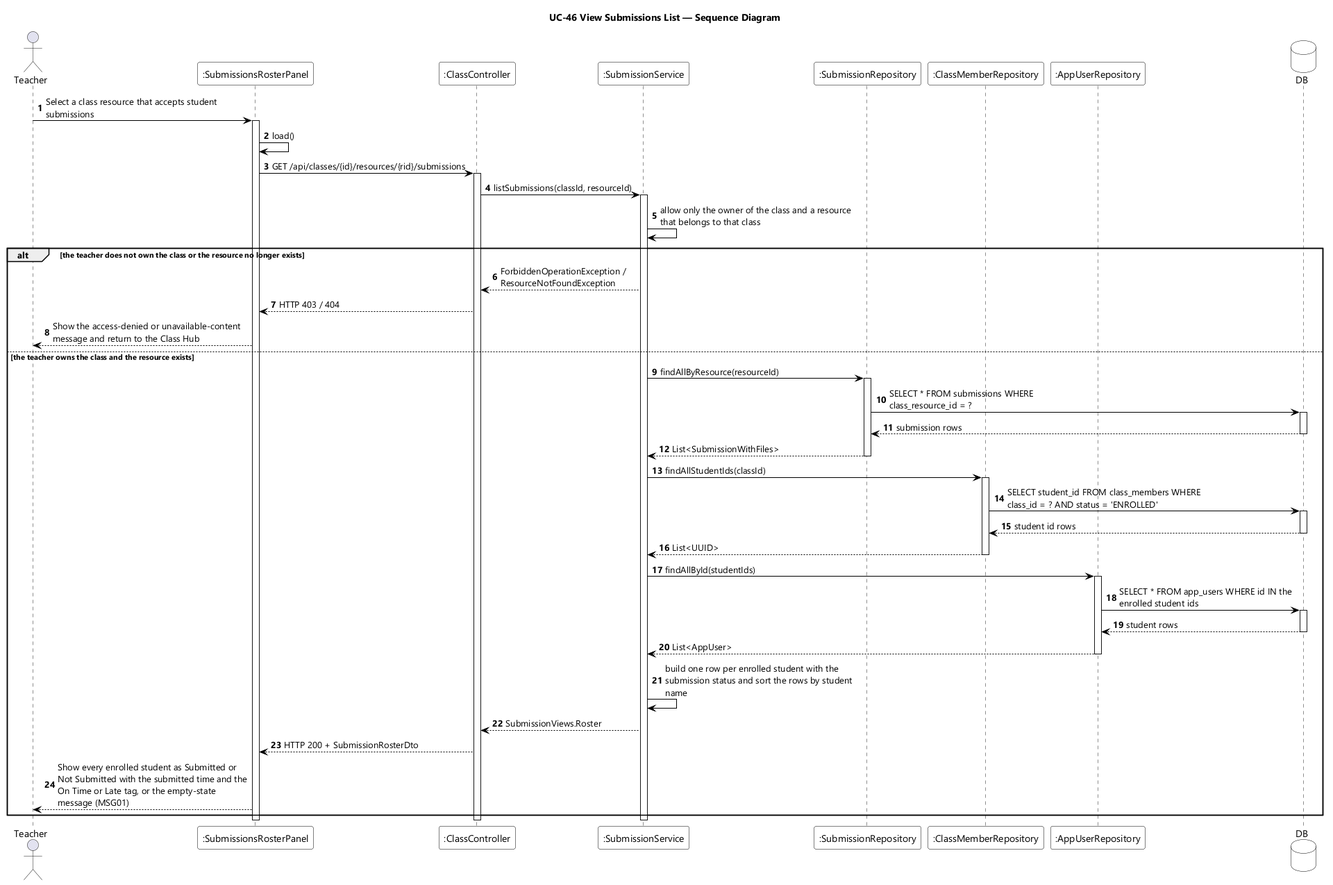
This is designs/sds-diagrams/uc46/uc46-sequence-diagram.png from EduA-system/EduA-system, a PlantUML export, as it was before one commit. Source of this version:
```plantuml
@startuml UC-46 View Submissions List - Sequence Diagram
skinparamlocked dpi 96
skinparam defaultFontName "Segoe UI"
skinparam shadowing false
skinparam ParticipantBackgroundColor #FFFFFF
skinparam ParticipantBorderColor #000000
skinparam DatabaseBackgroundColor #FFFFFF
skinparam DatabaseBorderColor #000000
skinparam ArrowColor #000000
skinparam sequenceMessageAlign left
skinparam maxMessageSize 280
title UC-46 View Submissions List — Sequence Diagram

actor Teacher
participant ":SubmissionsRosterPanel" as UI
participant ":ClassController" as CTL
participant ":SubmissionService" as SVC
participant ":SubmissionRepository" as SREPO
participant ":ClassMemberRepository" as MEM
participant ":AppUserRepository" as USERS
database DB

autonumber
Teacher -> UI : Select a class resource that accepts student submissions
activate UI
UI -> UI : load()
UI -> CTL : GET /api/classes/{id}/resources/{rid}/submissions
activate CTL
CTL -> SVC : listSubmissions(classId, resourceId)
activate SVC
SVC -> SVC : allow only the owner of the class and a resource that belongs to that class

alt the teacher does not own the class or the resource no longer exists
  SVC --> CTL : ForbiddenOperationException / ResourceNotFoundException
  CTL --> UI : HTTP 403 / 404
  UI --> Teacher : Show the access-denied or unavailable-content message and return to the Class Hub
else the teacher owns the class and the resource exists
  SVC -> SREPO : findAllByResource(resourceId)
  activate SREPO
  SREPO -> DB : SELECT * FROM submissions WHERE class_resource_id = ?
  activate DB
  DB --> SREPO : submission rows
  deactivate DB
  SREPO --> SVC : List<SubmissionWithFiles>
  deactivate SREPO

  SVC -> MEM : findAllStudentIds(classId)
  activate MEM
  MEM -> DB : SELECT student_id FROM class_members WHERE class_id = ? AND status = 'ENROLLED'
  activate DB
  DB --> MEM : student id rows
  deactivate DB
  MEM --> SVC : List<UUID>
  deactivate MEM

  SVC -> USERS : findAllById(studentIds)
  activate USERS
  USERS -> DB : SELECT * FROM app_users WHERE id IN the enrolled student ids
  activate DB
  DB --> USERS : student rows
  deactivate DB
  USERS --> SVC : List<AppUser>
  deactivate USERS

  SVC -> SVC : build one row per enrolled student with the submission status and sort the rows by student name
  SVC --> CTL : SubmissionViews.Roster
  CTL --> UI : HTTP 200 + SubmissionRosterDto
  UI --> Teacher : Show every enrolled student as Submitted or Not Submitted with the submitted time and the On Time or Late tag, or the empty-state message (MSG01)
end
deactivate SVC
deactivate CTL
deactivate UI
@enduml
```
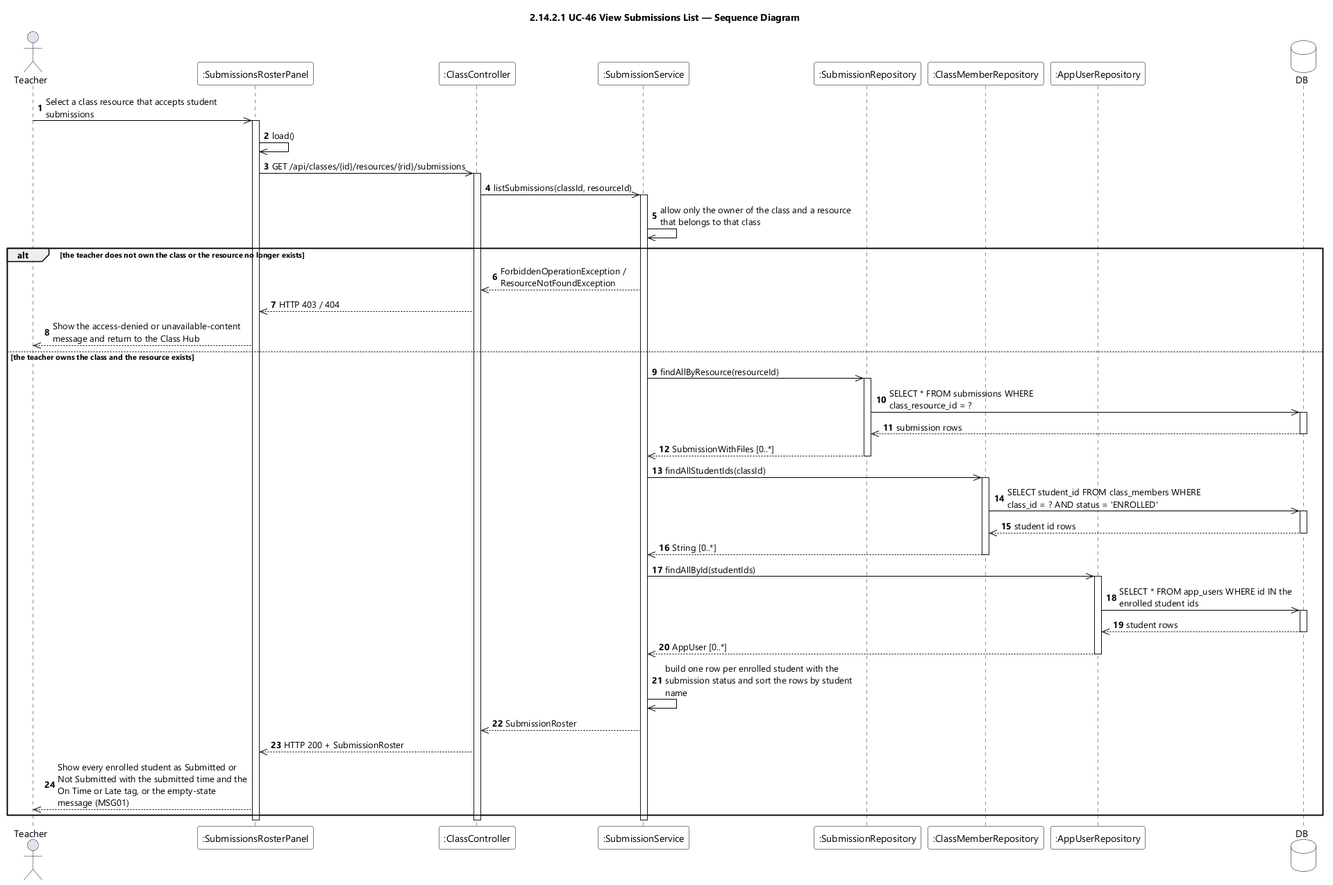
Later version of the same file.

The edit, as a diff of the source:
```diff
@@ -9,7 +9,7 @@
 skinparam ArrowColor #000000
 skinparam sequenceMessageAlign left
 skinparam maxMessageSize 280
-title UC-46 View Submissions List — Sequence Diagram
+title 2.14.2.1 UC-46 View Submissions List — Sequence Diagram
 
 actor Teacher
 participant ":SubmissionsRosterPanel" as UI
@@ -21,51 +21,51 @@
 database DB
 
 autonumber
-Teacher -> UI : Select a class resource that accepts student submissions
+Teacher ->> UI : Select a class resource that accepts student submissions
 activate UI
-UI -> UI : load()
-UI -> CTL : GET /api/classes/{id}/resources/{rid}/submissions
+UI ->> UI : load()
+UI ->> CTL : GET /api/classes/{id}/resources/{rid}/submissions
 activate CTL
-CTL -> SVC : listSubmissions(classId, resourceId)
+CTL ->> SVC : listSubmissions(classId, resourceId)
 activate SVC
-SVC -> SVC : allow only the owner of the class and a resource that belongs to that class
+SVC ->> SVC : allow only the owner of the class and a resource that belongs to that class
 
 alt the teacher does not own the class or the resource no longer exists
-  SVC --> CTL : ForbiddenOperationException / ResourceNotFoundException
-  CTL --> UI : HTTP 403 / 404
-  UI --> Teacher : Show the access-denied or unavailable-content message and return to the Class Hub
+  SVC -->> CTL : ForbiddenOperationException / ResourceNotFoundException
+  CTL -->> UI : HTTP 403 / 404
+  UI -->> Teacher : Show the access-denied or unavailable-content message and return to the Class Hub
 else the teacher owns the class and the resource exists
-  SVC -> SREPO : findAllByResource(resourceId)
+  SVC ->> SREPO : findAllByResource(resourceId)
   activate SREPO
-  SREPO -> DB : SELECT * FROM submissions WHERE class_resource_id = ?
+  SREPO ->> DB : SELECT * FROM submissions WHERE class_resource_id = ?
   activate DB
-  DB --> SREPO : submission rows
+  DB -->> SREPO : submission rows
   deactivate DB
-  SREPO --> SVC : List<SubmissionWithFiles>
+  SREPO -->> SVC : SubmissionWithFiles [0..*]
   deactivate SREPO
 
-  SVC -> MEM : findAllStudentIds(classId)
+  SVC ->> MEM : findAllStudentIds(classId)
   activate MEM
-  MEM -> DB : SELECT student_id FROM class_members WHERE class_id = ? AND status = 'ENROLLED'
+  MEM ->> DB : SELECT student_id FROM class_members WHERE class_id = ? AND status = 'ENROLLED'
   activate DB
-  DB --> MEM : student id rows
+  DB -->> MEM : student id rows
   deactivate DB
-  MEM --> SVC : List<UUID>
+  MEM -->> SVC : String [0..*]
   deactivate MEM
 
-  SVC -> USERS : findAllById(studentIds)
+  SVC ->> USERS : findAllById(studentIds)
   activate USERS
-  USERS -> DB : SELECT * FROM app_users WHERE id IN the enrolled student ids
+  USERS ->> DB : SELECT * FROM app_users WHERE id IN the enrolled student ids
   activate DB
-  DB --> USERS : student rows
+  DB -->> USERS : student rows
   deactivate DB
-  USERS --> SVC : List<AppUser>
+  USERS -->> SVC : AppUser [0..*]
   deactivate USERS
 
-  SVC -> SVC : build one row per enrolled student with the submission status and sort the rows by student name
-  SVC --> CTL : SubmissionViews.Roster
-  CTL --> UI : HTTP 200 + SubmissionRosterDto
-  UI --> Teacher : Show every enrolled student as Submitted or Not Submitted with the submitted time and the On Time or Late tag, or the empty-state message (MSG01)
+  SVC ->> SVC : build one row per enrolled student with the submission status and sort the rows by student name
+  SVC -->> CTL : SubmissionRoster
+  CTL -->> UI : HTTP 200 + SubmissionRoster
+  UI -->> Teacher : Show every enrolled student as Submitted or Not Submitted with the submitted time and the On Time or Late tag, or the empty-state message (MSG01)
 end
 deactivate SVC
 deactivate CTL
```
